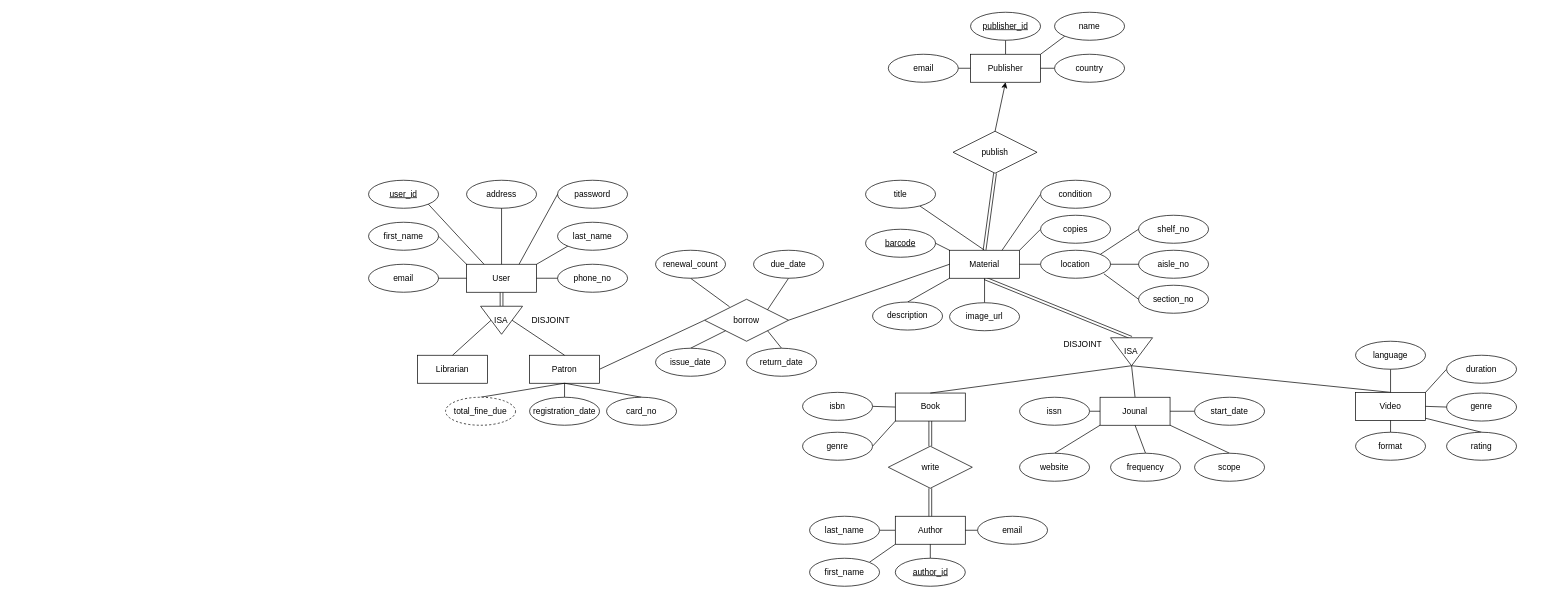
creme332/biblionex keeps this draw.io diagram as docs/assets/ERD.drawio. Above is the earlier version. Source tidied: cells renumbered, new cells numbered last; positions are measured from the earlier drawing's top-left corner, leaving out a move shared by most shapes. Both pictures are drawn from the tidied source at 70%, with x=0, y=0 at pixel (368, 12).
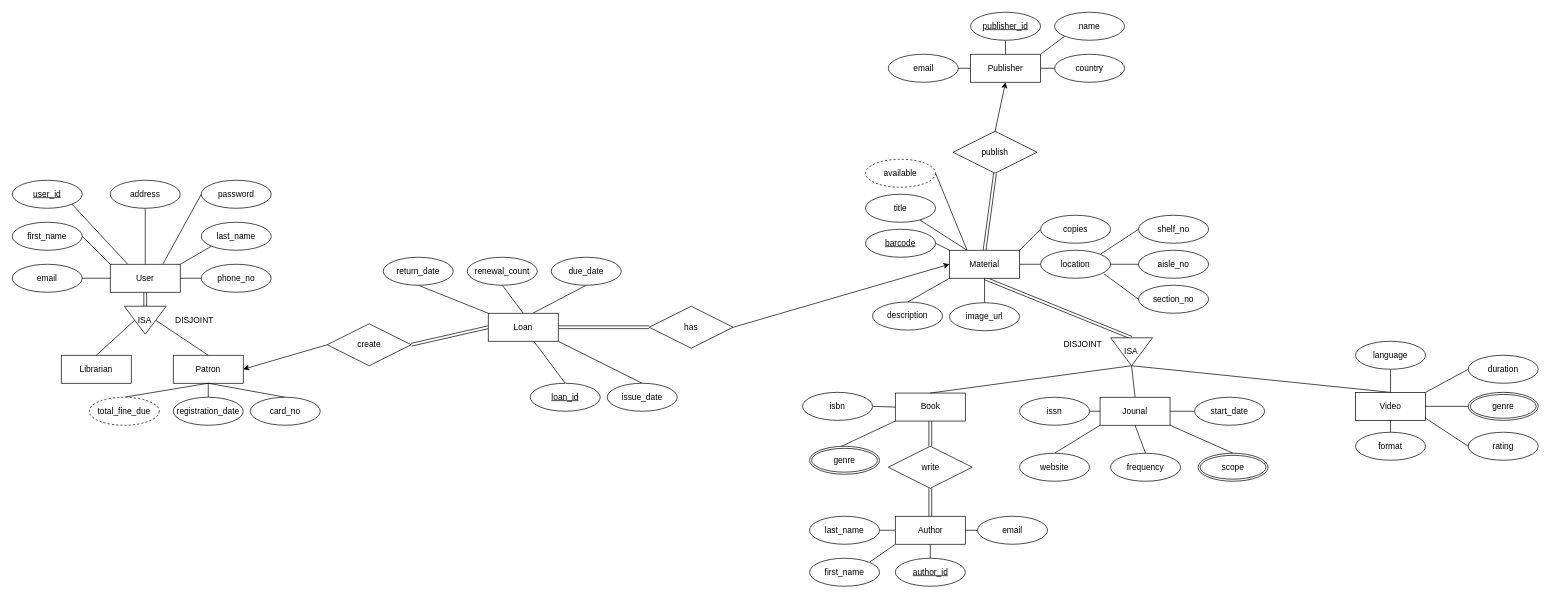
The same diagram, later.

Commit message:
add loan entity, make scope and genre multivalued, remove condition of material

Unchanged cells that the change refers to:
```xml
<mxCell id="22" value="Book" style="whiteSpace=wrap;html=1;align=center;" parent="1" vertex="1">
  <mxGeometry x="752.5" y="544" width="100" height="40" as="geometry" />
</mxCell>
<mxCell id="31" value="Material" style="whiteSpace=wrap;html=1;align=center;" parent="1" vertex="1">
  <mxGeometry x="830" y="340" width="100" height="40" as="geometry" />
</mxCell>
<mxCell id="47" value="Jounal" style="whiteSpace=wrap;html=1;align=center;" parent="1" vertex="1">
  <mxGeometry x="1045" y="550" width="100" height="40" as="geometry" />
</mxCell>
<mxCell id="70" value="Video" style="whiteSpace=wrap;html=1;align=center;" parent="1" vertex="1">
  <mxGeometry x="1410" y="543" width="100" height="40" as="geometry" />
</mxCell>
```

Diff of the diagram source:
```diff
@@
     <mxCell id="2" style="edgeStyle=none;html=1;exitX=0.5;exitY=1;exitDx=0;exitDy=0;entryX=0;entryY=0.5;entryDx=0;entryDy=0;strokeColor=default;endArrow=none;endFill=0;shape=link;" parent="1" edge="1" source="3">
       <mxGeometry relative="1" as="geometry">
-        <mxPoint x="190" y="420" as="targetPoint" />
+        <mxPoint x="-319" y="420" as="targetPoint" />
       </mxGeometry>
     </mxCell>
     <mxCell id="3" value="User" style="whiteSpace=wrap;html=1;align=center;" parent="1" vertex="1">
-      <mxGeometry x="140" y="360" width="100" height="40" as="geometry" />
+      <mxGeometry x="-369" y="360" width="100" height="40" as="geometry" />
     </mxCell>
     <mxCell id="4" value="Librarian" style="whiteSpace=wrap;html=1;align=center;" parent="1" vertex="1">
-      <mxGeometry x="70" y="490" width="100" height="40" as="geometry" />
+      <mxGeometry x="-439" y="490" width="100" height="40" as="geometry" />
     </mxCell>
-    <mxCell id="5" style="edgeStyle=none;html=1;exitX=1;exitY=0.5;exitDx=0;exitDy=0;entryX=0;entryY=0.5;entryDx=0;entryDy=0;strokeColor=default;endArrow=none;endFill=0;" parent="1" edge="1" source="6" target="60">
-      <mxGeometry relative="1" as="geometry" />
-    </mxCell>
     <mxCell id="6" value="Patron" style="whiteSpace=wrap;html=1;align=center;" parent="1" vertex="1">
-      <mxGeometry x="230" y="490" width="100" height="40" as="geometry" />
+      <mxGeometry x="-279" y="490" width="100" height="40" as="geometry" />
     </mxCell>
     <mxCell id="7" value="user_id" style="ellipse;whiteSpace=wrap;html=1;align=center;fontStyle=4;" parent="1" vertex="1">
-      <mxGeometry y="240" width="100" height="40" as="geometry" />
+      <mxGeometry x="-509" y="240" width="100" height="40" as="geometry" />
     </mxCell>
     <mxCell id="8" value="last_name" style="ellipse;whiteSpace=wrap;html=1;align=center;" parent="1" vertex="1">
-      <mxGeometry x="270" y="300" width="100" height="40" as="geometry" />
+      <mxGeometry x="-239" y="300" width="100" height="40" as="geometry" />
     </mxCell>
     <mxCell id="9" value="first_name" style="ellipse;whiteSpace=wrap;html=1;align=center;" parent="1" vertex="1">
-      <mxGeometry y="300" width="100" height="40" as="geometry" />
+      <mxGeometry x="-509" y="300" width="100" height="40" as="geometry" />
     </mxCell>
     <mxCell id="10" value="email" style="ellipse;whiteSpace=wrap;html=1;align=center;" parent="1" vertex="1">
-      <mxGeometry y="360" width="100" height="40" as="geometry" />
+      <mxGeometry x="-509" y="360" width="100" height="40" as="geometry" />
     </mxCell>
     <mxCell id="11" value="phone_no" style="ellipse;whiteSpace=wrap;html=1;align=center;" parent="1" vertex="1">
-      <mxGeometry x="270" y="360" width="100" height="40" as="geometry" />
+      <mxGeometry x="-239" y="360" width="100" height="40" as="geometry" />
     </mxCell>
     <mxCell id="12" value="address" style="ellipse;whiteSpace=wrap;html=1;align=center;" parent="1" vertex="1">
-      <mxGeometry x="140" y="240" width="100" height="40" as="geometry" />
+      <mxGeometry x="-369" y="240" width="100" height="40" as="geometry" />
     </mxCell>
     <mxCell id="13" value="DISJOINT" style="text;html=1;align=center;verticalAlign=middle;strokeColor=none;fillColor=none;" parent="1" vertex="1">
-      <mxGeometry x="220" y="425" width="80" height="30" as="geometry" />
+      <mxGeometry x="-289" y="425" width="80" height="30" as="geometry" />
     </mxCell>
@@
     <mxCell id="19" style="endArrow=none;html=1;rounded=0;" parent="1" edge="1">
       <mxGeometry relative="1" as="geometry">
-        <mxPoint x="120" y="490" as="sourcePoint" />
-        <mxPoint x="175" y="440" as="targetPoint" />
+        <mxPoint x="-389" y="490" as="sourcePoint" />
+        <mxPoint x="-334" y="440" as="targetPoint" />
       </mxGeometry>
     </mxCell>
     <mxCell id="20" style="endArrow=none;html=1;rounded=0;exitX=0.5;exitY=0;exitDx=0;exitDy=0;entryX=0.5;entryY=0;entryDx=0;entryDy=0;" parent="1" edge="1" source="6">
       <mxGeometry relative="1" as="geometry">
-        <mxPoint x="205" y="440" as="targetPoint" />
+        <mxPoint x="-304" y="440" as="targetPoint" />
       </mxGeometry>
     </mxCell>
-    <mxCell id="21" style="edgeStyle=none;html=1;exitX=0;exitY=1;exitDx=0;exitDy=0;entryX=1;entryY=0.5;entryDx=0;entryDy=0;strokeColor=default;endArrow=none;endFill=0;" parent="1" edge="1" source="22" target="83">
+    <mxCell id="21" style="edgeStyle=none;html=1;exitX=0;exitY=1;exitDx=0;exitDy=0;entryX=0.438;entryY=0.023;entryDx=0;entryDy=0;strokeColor=default;endArrow=none;endFill=0;entryPerimeter=0;" parent="1" edge="1" source="22" target="137">
       <mxGeometry relative="1" as="geometry" />
     </mxCell>
@@
-    <mxCell id="23" style="edgeStyle=none;html=1;exitX=0.777;exitY=0.921;exitDx=0;exitDy=0;entryX=0.5;entryY=0;entryDx=0;entryDy=0;strokeColor=default;endArrow=none;endFill=0;exitPerimeter=0;" parent="1" edge="1" source="24" target="31">
+    <mxCell id="23" style="edgeStyle=none;html=1;exitX=0.777;exitY=0.921;exitDx=0;exitDy=0;entryX=0.25;entryY=0;entryDx=0;entryDy=0;strokeColor=default;endArrow=none;endFill=0;exitPerimeter=0;" parent="1" edge="1" source="24" target="31">
       <mxGeometry relative="1" as="geometry" />
     </mxCell>
     <mxCell id="24" value="title" style="ellipse;whiteSpace=wrap;html=1;align=center;" parent="1" vertex="1">
-      <mxGeometry x="710" y="240" width="100" height="40" as="geometry" />
+      <mxGeometry x="710" y="260" width="100" height="40" as="geometry" />
     </mxCell>
@@
     <mxCell id="51" value="password" style="ellipse;whiteSpace=wrap;html=1;align=center;" parent="1" vertex="1">
-      <mxGeometry x="270" y="240" width="100" height="40" as="geometry" />
+      <mxGeometry x="-239" y="240" width="100" height="40" as="geometry" />
     </mxCell>
@@
-    <mxCell id="59" style="edgeStyle=none;html=1;exitX=1;exitY=0.5;exitDx=0;exitDy=0;entryX=0;entryY=0.5;entryDx=0;entryDy=0;strokeColor=default;endArrow=none;endFill=0;" parent="1" edge="1" source="60" target="31">
+    <mxCell id="59" style="edgeStyle=none;html=1;exitX=1;exitY=0.5;exitDx=0;exitDy=0;entryX=0;entryY=0.5;entryDx=0;entryDy=0;strokeColor=default;endArrow=classic;endFill=1;" parent="1" edge="1" source="136" target="31">
       <mxGeometry relative="1" as="geometry" />
     </mxCell>
-    <mxCell id="60" value="borrow" style="shape=rhombus;perimeter=rhombusPerimeter;whiteSpace=wrap;html=1;align=center;" parent="1" vertex="1">
-      <mxGeometry x="480" y="410" width="120" height="60" as="geometry" />
-    </mxCell>
-    <mxCell id="61" style="edgeStyle=none;html=1;exitX=0.5;exitY=1;exitDx=0;exitDy=0;entryX=0.298;entryY=0.18;entryDx=0;entryDy=0;entryPerimeter=0;strokeColor=default;endArrow=none;endFill=0;" parent="1" edge="1" source="62" target="60">
-      <mxGeometry relative="1" as="geometry" />
-    </mxCell>
+    <mxCell id="123" style="edgeStyle=none;html=1;exitX=0.5;exitY=1;exitDx=0;exitDy=0;entryX=0.5;entryY=0;entryDx=0;entryDy=0;endArrow=none;endFill=0;" parent="1" edge="1" source="62" target="131">
+      <mxGeometry relative="1" as="geometry" />
+    </mxCell>
     <mxCell id="62" value="renewal_count" style="ellipse;whiteSpace=wrap;html=1;align=center;" parent="1" vertex="1">
-      <mxGeometry x="410" y="340" width="100" height="40" as="geometry" />
+      <mxGeometry x="141" y="350" width="100" height="40" as="geometry" />
     </mxCell>
-    <mxCell id="63" style="edgeStyle=none;html=1;exitX=0.5;exitY=1;exitDx=0;exitDy=0;entryX=1;entryY=0;entryDx=0;entryDy=0;strokeColor=default;endArrow=none;endFill=0;" parent="1" edge="1" source="64" target="60">
-      <mxGeometry relative="1" as="geometry" />
-    </mxCell>
+    <mxCell id="124" style="edgeStyle=none;html=1;exitX=0.5;exitY=1;exitDx=0;exitDy=0;entryX=0.632;entryY=0.005;entryDx=0;entryDy=0;entryPerimeter=0;endArrow=none;endFill=0;" parent="1" edge="1" source="64" target="131">
+      <mxGeometry relative="1" as="geometry" />
+    </mxCell>
     <mxCell id="64" value="due_date" style="ellipse;whiteSpace=wrap;html=1;align=center;" parent="1" vertex="1">
-      <mxGeometry x="550" y="340" width="100" height="40" as="geometry" />
+      <mxGeometry x="261" y="350" width="100" height="40" as="geometry" />
     </mxCell>
-    <mxCell id="65" style="edgeStyle=none;html=1;exitX=0.5;exitY=0;exitDx=0;exitDy=0;entryX=0;entryY=1;entryDx=0;entryDy=0;strokeColor=default;endArrow=none;endFill=0;" parent="1" edge="1" source="66" target="60">
-      <mxGeometry relative="1" as="geometry" />
-    </mxCell>
+    <mxCell id="125" style="edgeStyle=none;html=1;exitX=0.5;exitY=0;exitDx=0;exitDy=0;entryX=1;entryY=1;entryDx=0;entryDy=0;endArrow=none;endFill=0;" parent="1" edge="1" source="66" target="131">
+      <mxGeometry relative="1" as="geometry" />
+    </mxCell>
     <mxCell id="66" value="issue_date" style="ellipse;whiteSpace=wrap;html=1;align=center;" parent="1" vertex="1">
-      <mxGeometry x="410" y="480" width="100" height="40" as="geometry" />
+      <mxGeometry x="341" y="530" width="100" height="40" as="geometry" />
     </mxCell>
-    <mxCell id="67" style="edgeStyle=none;html=1;exitX=0.5;exitY=0;exitDx=0;exitDy=0;entryX=1;entryY=1;entryDx=0;entryDy=0;strokeColor=default;endArrow=none;endFill=0;" parent="1" edge="1" source="68" target="60">
-      <mxGeometry relative="1" as="geometry" />
-    </mxCell>
+    <mxCell id="126" style="edgeStyle=none;html=1;exitX=0.5;exitY=1;exitDx=0;exitDy=0;entryX=0;entryY=0;entryDx=0;entryDy=0;endArrow=none;endFill=0;" parent="1" edge="1" source="68" target="131">
+      <mxGeometry relative="1" as="geometry" />
+    </mxCell>
     <mxCell id="68" value="return_date" style="ellipse;whiteSpace=wrap;html=1;align=center;" parent="1" vertex="1">
-      <mxGeometry x="540" y="480" width="100" height="40" as="geometry" />
+      <mxGeometry x="21" y="350" width="100" height="40" as="geometry" />
     </mxCell>
@@
-    <mxCell id="83" value="genre" style="ellipse;whiteSpace=wrap;html=1;align=center;" parent="1" vertex="1">
-      <mxGeometry x="620" y="600" width="100" height="40" as="geometry" />
-    </mxCell>
@@
     <mxCell id="89" value="total_fine_due" style="ellipse;whiteSpace=wrap;html=1;align=center;dashed=1;" parent="1" vertex="1">
-      <mxGeometry x="110" y="550" width="100" height="40" as="geometry" />
+      <mxGeometry x="-399" y="550" width="100" height="40" as="geometry" />
     </mxCell>
@@
-    <mxCell id="92" style="edgeStyle=none;html=1;exitX=0.5;exitY=0;exitDx=0;exitDy=0;strokeColor=default;endArrow=none;endFill=0;entryX=1;entryY=1;entryDx=0;entryDy=0;" parent="1" edge="1" source="93" target="47">
+    <mxCell id="92" style="edgeStyle=none;html=1;strokeColor=default;endArrow=none;endFill=0;entryX=1;entryY=1;entryDx=0;entryDy=0;exitX=0.5;exitY=0;exitDx=0;exitDy=0;" parent="1" edge="1" source="93" target="47">
       <mxGeometry relative="1" as="geometry" />
     </mxCell>
-    <mxCell id="93" value="scope" style="ellipse;whiteSpace=wrap;html=1;align=center;" parent="1" vertex="1">
-      <mxGeometry x="1180" y="630" width="100" height="40" as="geometry" />
-    </mxCell>
@@
-    <mxCell id="98" style="edgeStyle=none;html=1;exitX=0;exitY=0.5;exitDx=0;exitDy=0;entryX=1;entryY=0.5;entryDx=0;entryDy=0;strokeColor=default;endArrow=none;endFill=0;" parent="1" edge="1" source="99" target="70">
+    <mxCell id="98" style="edgeStyle=none;html=1;exitX=0;exitY=0.5;exitDx=0;exitDy=0;entryX=1;entryY=0.5;entryDx=0;entryDy=0;strokeColor=default;endArrow=none;endFill=0;" parent="1" edge="1" source="138" target="70">
       <mxGeometry relative="1" as="geometry" />
     </mxCell>
-    <mxCell id="99" value="genre" style="ellipse;whiteSpace=wrap;html=1;align=center;" parent="1" vertex="1">
-      <mxGeometry x="1540" y="544" width="100" height="40" as="geometry" />
-    </mxCell>
-    <mxCell id="100" style="edgeStyle=none;html=1;exitX=0.5;exitY=0;exitDx=0;exitDy=0;entryX=1;entryY=0.925;entryDx=0;entryDy=0;entryPerimeter=0;strokeColor=default;endArrow=none;endFill=0;" parent="1" edge="1" source="101" target="70">
+    <mxCell id="100" style="edgeStyle=none;html=1;exitX=0;exitY=0.5;exitDx=0;exitDy=0;entryX=1;entryY=0.925;entryDx=0;entryDy=0;entryPerimeter=0;strokeColor=default;endArrow=none;endFill=0;" parent="1" edge="1" source="101" target="70">
       <mxGeometry relative="1" as="geometry" />
     </mxCell>
     <mxCell id="101" value="rating" style="ellipse;whiteSpace=wrap;html=1;align=center;" parent="1" vertex="1">
-      <mxGeometry x="1540" y="600" width="100" height="40" as="geometry" />
+      <mxGeometry x="1571" y="600" width="100" height="40" as="geometry" />
     </mxCell>
@@
-    <mxCell id="104" style="edgeStyle=none;html=1;exitX=0;exitY=0.5;exitDx=0;exitDy=0;entryX=0.75;entryY=0;entryDx=0;entryDy=0;strokeColor=default;endArrow=none;endFill=0;" parent="1" edge="1" source="105" target="31">
-      <mxGeometry relative="1" as="geometry" />
-    </mxCell>
-    <mxCell id="105" value="condition" style="ellipse;whiteSpace=wrap;html=1;align=center;" parent="1" vertex="1">
-      <mxGeometry x="960" y="240" width="100" height="40" as="geometry" />
-    </mxCell>
@@
     <mxCell id="111" style="group;" parent="1" vertex="1">
-      <mxGeometry x="160" y="420" width="60" height="40" as="geometry" />
+      <mxGeometry x="-349" y="420" width="60" height="40" as="geometry" />
     </mxCell>
@@
     <mxCell id="115" value="duration" style="ellipse;whiteSpace=wrap;html=1;align=center;" parent="1" vertex="1">
-      <mxGeometry x="1540" y="490" width="100" height="40" as="geometry" />
+      <mxGeometry x="1571" y="490" width="100" height="40" as="geometry" />
     </mxCell>
@@
     <mxCell id="120" value="card_no" style="ellipse;whiteSpace=wrap;html=1;align=center;" parent="1" vertex="1">
-      <mxGeometry x="340" y="550" width="100" height="40" as="geometry" />
+      <mxGeometry x="-169" y="550" width="100" height="40" as="geometry" />
     </mxCell>
@@
     <mxCell id="122" value="registration_date" style="ellipse;whiteSpace=wrap;html=1;align=center;" parent="1" vertex="1">
-      <mxGeometry x="230" y="550" width="100" height="40" as="geometry" />
+      <mxGeometry x="-279" y="550" width="100" height="40" as="geometry" />
     </mxCell>
+    <mxCell id="127" style="edgeStyle=none;html=1;exitX=1;exitY=0.5;exitDx=0;exitDy=0;entryX=0.25;entryY=0;entryDx=0;entryDy=0;endArrow=none;endFill=0;" parent="1" edge="1" source="128" target="31">
+      <mxGeometry relative="1" as="geometry" />
+    </mxCell>
+    <mxCell id="128" value="available" style="ellipse;whiteSpace=wrap;html=1;align=center;dashed=1;" parent="1" vertex="1">
+      <mxGeometry x="710" y="210" width="100" height="40" as="geometry" />
+    </mxCell>
+    <mxCell id="129" style="edgeStyle=none;html=1;exitX=0;exitY=0.5;exitDx=0;exitDy=0;entryX=1;entryY=0.5;entryDx=0;entryDy=0;endArrow=none;endFill=0;shape=link;" parent="1" edge="1" source="131" target="135">
+      <mxGeometry relative="1" as="geometry" />
+    </mxCell>
+    <mxCell id="130" style="edgeStyle=none;html=1;exitX=1;exitY=0.5;exitDx=0;exitDy=0;entryX=0;entryY=0.5;entryDx=0;entryDy=0;endArrow=none;endFill=0;shape=link;" parent="1" edge="1" source="131" target="136">
+      <mxGeometry relative="1" as="geometry" />
+    </mxCell>
+    <mxCell id="131" value="Loan" style="whiteSpace=wrap;html=1;align=center;" parent="1" vertex="1">
+      <mxGeometry x="171" y="430" width="100" height="40" as="geometry" />
+    </mxCell>
+    <mxCell id="132" style="edgeStyle=none;html=1;exitX=0.5;exitY=0;exitDx=0;exitDy=0;endArrow=none;endFill=0;" parent="1" edge="1" source="133" target="131">
+      <mxGeometry relative="1" as="geometry" />
+    </mxCell>
+    <mxCell id="133" value="&lt;u&gt;loan_id&lt;/u&gt;" style="ellipse;whiteSpace=wrap;html=1;align=center;" parent="1" vertex="1">
+      <mxGeometry x="231" y="530" width="100" height="40" as="geometry" />
+    </mxCell>
+    <mxCell id="134" style="edgeStyle=none;html=1;exitX=0;exitY=0.5;exitDx=0;exitDy=0;entryX=1;entryY=0.5;entryDx=0;entryDy=0;endArrow=classic;endFill=1;" parent="1" edge="1" source="135" target="6">
+      <mxGeometry relative="1" as="geometry" />
+    </mxCell>
+    <mxCell id="135" value="create" style="shape=rhombus;perimeter=rhombusPerimeter;whiteSpace=wrap;html=1;align=center;" parent="1" vertex="1">
+      <mxGeometry x="-59" y="445" width="120" height="60" as="geometry" />
+    </mxCell>
+    <mxCell id="136" value="has" style="shape=rhombus;perimeter=rhombusPerimeter;whiteSpace=wrap;html=1;align=center;" parent="1" vertex="1">
+      <mxGeometry x="401" y="420" width="120" height="60" as="geometry" />
+    </mxCell>
+    <mxCell id="137" value="genre" style="ellipse;shape=doubleEllipse;margin=3;whiteSpace=wrap;html=1;align=center;" parent="1" vertex="1">
+      <mxGeometry x="630" y="620" width="100" height="40" as="geometry" />
+    </mxCell>
+    <mxCell id="138" value="genre" style="ellipse;shape=doubleEllipse;margin=3;whiteSpace=wrap;html=1;align=center;" parent="1" vertex="1">
+      <mxGeometry x="1571" y="543" width="100" height="40" as="geometry" />
+    </mxCell>
+    <mxCell id="93" value="scope" style="ellipse;shape=doubleEllipse;margin=3;whiteSpace=wrap;html=1;align=center;" parent="1" vertex="1">
+      <mxGeometry x="1185" y="630" width="100" height="40" as="geometry" />
+    </mxCell>
```
